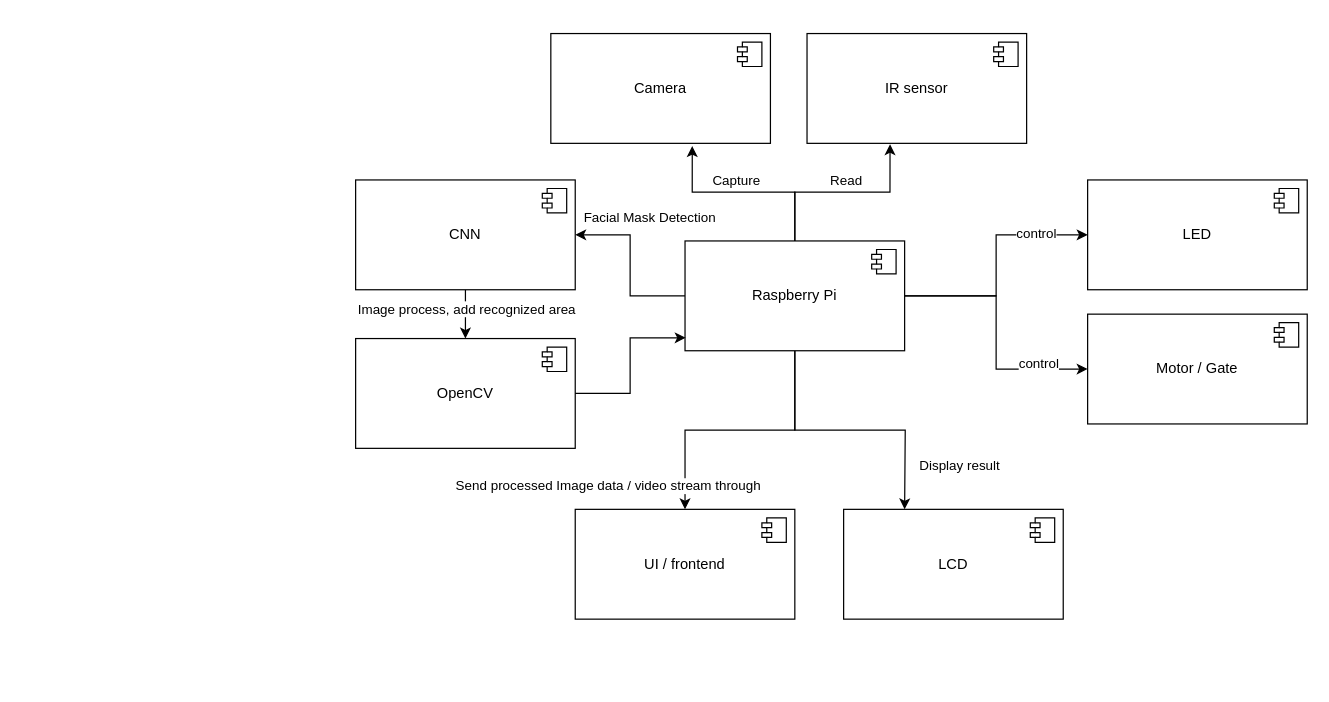
Earlier version of the draw.io diagram page "component diagram" (3 of 4) of ProjectDiagram.drawio (ArcueidShiki/SmartEntrySystem). Source tidied: cells renumbered, new cells numbered last; positions are measured from the earlier drawing's top-left corner, leaving out a move shared by most shapes. Both pictures are drawn from the tidied source at 122%, with x=0, y=0 at pixel (355, 33).
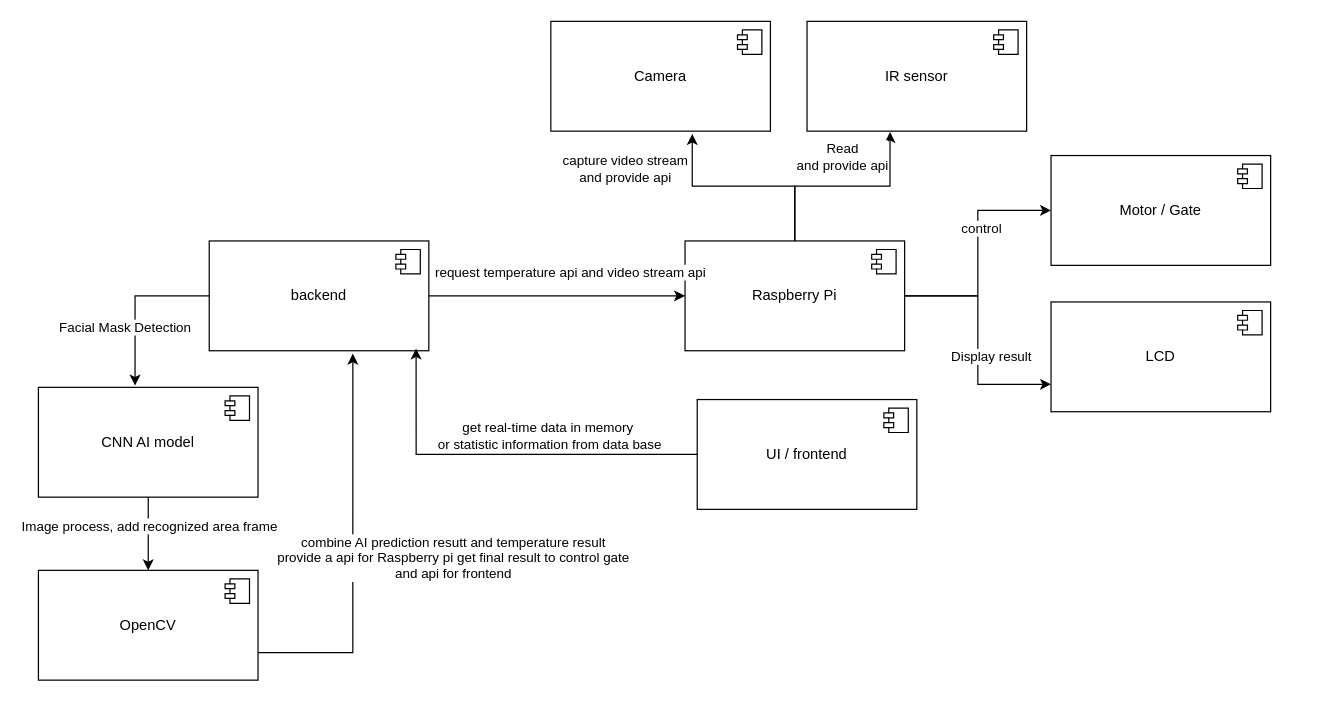
The same page after the edit.

The change refers to these unchanged cells:
```xml
<mxCell id="8" style="edgeStyle=orthogonalEdgeStyle;rounded=0;jettySize=auto;html=1;entryX=0;entryY=0.5;entryDx=0;entryDy=0;" parent="1" edge="1" source="12" target="22">
  <mxGeometry relative="1" as="geometry" />
</mxCell>
<mxCell id="12" value="Raspberry Pi" style="html=1;whiteSpace=wrap;" parent="1" vertex="1">
  <mxGeometry x="270" y="170" width="180" height="90" as="geometry" />
</mxCell>
<mxCell id="26" style="edgeStyle=orthogonalEdgeStyle;rounded=0;jettySize=auto;html=1;" parent="1" edge="1" source="28" target="24">
  <mxGeometry relative="1" as="geometry" />
</mxCell>
<mxCell id="30" style="edgeStyle=orthogonalEdgeStyle;rounded=0;jettySize=auto;html=1;entryX=0.644;entryY=1.025;entryDx=0;entryDy=0;entryPerimeter=0;" parent="1" edge="1" source="12" target="14">
  <mxGeometry relative="1" as="geometry" />
</mxCell>
<mxCell id="32" style="edgeStyle=orthogonalEdgeStyle;rounded=0;jettySize=auto;html=1;entryX=0.378;entryY=1.008;entryDx=0;entryDy=0;entryPerimeter=0;" parent="1" edge="1" source="12" target="18">
  <mxGeometry relative="1" as="geometry" />
</mxCell>
```

Diff of the diagram source:
```diff
@@
-    <mxCell id="2" style="edgeStyle=orthogonalEdgeStyle;rounded=0;jettySize=auto;html=1;entryX=1;entryY=0.5;entryDx=0;entryDy=0;" parent="1" edge="1" source="12" target="28">
+    <mxCell id="2" style="edgeStyle=orthogonalEdgeStyle;rounded=0;jettySize=auto;html=1;entryX=0.44;entryY=-0.016;entryDx=0;entryDy=0;exitX=0;exitY=0.5;exitDx=0;exitDy=0;entryPerimeter=0;" parent="1" edge="1" source="40" target="28">
       <mxGeometry relative="1" as="geometry" />
     </mxCell>
     <mxCell id="3" value="Facial Mask Detection" style="edgeLabel;html=1;align=center;verticalAlign=middle;" parent="2" vertex="1">
       <mxGeometry x="0.54" y="2" relative="1" as="geometry">
-        <mxPoint x="28" y="-17" as="offset" />
+        <mxPoint x="-11" y="-17" as="offset" />
       </mxGeometry>
     </mxCell>
-    <mxCell id="4" style="edgeStyle=orthogonalEdgeStyle;rounded=0;jettySize=auto;html=1;entryX=0.5;entryY=0;entryDx=0;entryDy=0;" parent="1" edge="1" source="12" target="20">
-      <mxGeometry relative="1" as="geometry" />
-    </mxCell>
-    <mxCell id="5" value="Send processed Image data / video stream through" style="edgeLabel;html=1;align=center;verticalAlign=middle;" parent="4" vertex="1">
-      <mxGeometry x="-0.18" y="-4" relative="1" as="geometry">
-        <mxPoint x="-129" y="49" as="offset" />
-      </mxGeometry>
-    </mxCell>
-    <mxCell id="6" style="edgeStyle=orthogonalEdgeStyle;rounded=0;jettySize=auto;html=1;entryX=0;entryY=0.5;entryDx=0;entryDy=0;" parent="1" edge="1" source="12" target="16">
-      <mxGeometry relative="1" as="geometry" />
-    </mxCell>
-    <mxCell id="7" value="control" style="edgeLabel;html=1;align=center;verticalAlign=middle;" parent="6" vertex="1">
-      <mxGeometry x="0.57" y="2" relative="1" as="geometry" />
-    </mxCell>
@@
     <mxCell id="9" value="control" style="edgeLabel;html=1;align=center;verticalAlign=middle;" parent="8" vertex="1">
       <mxGeometry x="0.52" y="3" relative="1" as="geometry">
-        <mxPoint x="9" y="-2" as="offset" />
+        <mxPoint x="-12" y="17" as="offset" />
       </mxGeometry>
     </mxCell>
-    <mxCell id="10" style="edgeStyle=orthogonalEdgeStyle;rounded=0;jettySize=auto;html=1;" parent="1" edge="1" source="12">
-      <mxGeometry relative="1" as="geometry">
-        <mxPoint x="450" y="390" as="targetPoint" />
-      </mxGeometry>
+    <mxCell id="10" style="edgeStyle=orthogonalEdgeStyle;rounded=0;jettySize=auto;html=1;entryX=0;entryY=0.75;entryDx=0;entryDy=0;" parent="1" edge="1" source="12" target="35">
+      <mxGeometry relative="1" as="geometry" />
     </mxCell>
     <mxCell id="11" value="Display result" style="edgeLabel;html=1;align=center;verticalAlign=middle;" parent="10" vertex="1">
       <mxGeometry x="0.67" y="4" relative="1" as="geometry">
-        <mxPoint x="40" as="offset" />
+        <mxPoint x="-18" y="-19" as="offset" />
       </mxGeometry>
     </mxCell>
@@
     <mxCell id="14" value="Camera" style="html=1;whiteSpace=wrap;" parent="1" vertex="1">
-      <mxGeometry x="160" width="180" height="90" as="geometry" />
+      <mxGeometry x="160" y="-10" width="180" height="90" as="geometry" />
     </mxCell>
@@
-    <mxCell id="16" value="LED" style="html=1;whiteSpace=wrap;" parent="1" vertex="1">
-      <mxGeometry x="600" y="120" width="180" height="90" as="geometry" />
-    </mxCell>
-    <mxCell id="17" style="shape=module;jettyWidth=8;jettyHeight=4;" parent="16" vertex="1">
-      <mxGeometry x="1" width="20" height="20" relative="1" as="geometry">
-        <mxPoint x="-27" y="7" as="offset" />
-      </mxGeometry>
-    </mxCell>
     <mxCell id="18" value="IR sensor" style="html=1;whiteSpace=wrap;" parent="1" vertex="1">
-      <mxGeometry x="370" width="180" height="90" as="geometry" />
+      <mxGeometry x="370" y="-10" width="180" height="90" as="geometry" />
     </mxCell>
@@
     <mxCell id="20" value="UI / frontend" style="html=1;whiteSpace=wrap;" parent="1" vertex="1">
-      <mxGeometry x="180" y="390" width="180" height="90" as="geometry" />
+      <mxGeometry x="280" y="300" width="180" height="90" as="geometry" />
     </mxCell>
@@
     <mxCell id="22" value="Motor / Gate" style="html=1;whiteSpace=wrap;" parent="1" vertex="1">
-      <mxGeometry x="600" y="230" width="180" height="90" as="geometry" />
+      <mxGeometry x="570" y="100" width="180" height="90" as="geometry" />
     </mxCell>
@@
     <mxCell id="24" value="OpenCV" style="html=1;whiteSpace=wrap;" parent="1" vertex="1">
-      <mxGeometry y="250" width="180" height="90" as="geometry" />
+      <mxGeometry x="-260" y="440" width="180" height="90" as="geometry" />
     </mxCell>
@@
-    <mxCell id="27" value="Image process, add recognized area" style="edgeLabel;html=1;align=center;verticalAlign=middle;" parent="26" vertex="1">
+    <mxCell id="27" value="Image process, add recognized area frame" style="edgeLabel;html=1;align=center;verticalAlign=middle;" parent="26" vertex="1">
       <mxGeometry x="-0.23" relative="1" as="geometry" />
     </mxCell>
-    <mxCell id="28" value="CNN" style="html=1;whiteSpace=wrap;" parent="1" vertex="1">
-      <mxGeometry y="120" width="180" height="90" as="geometry" />
+    <mxCell id="28" value="CNN AI model" style="html=1;whiteSpace=wrap;" parent="1" vertex="1">
+      <mxGeometry x="-260" y="290" width="180" height="90" as="geometry" />
     </mxCell>
@@
-    <mxCell id="31" value="Capture" style="edgeLabel;html=1;align=center;verticalAlign=middle;" parent="30" vertex="1">
+    <mxCell id="31" value="capture video stream&lt;br&gt;and provide api" style="edgeLabel;html=1;align=center;verticalAlign=middle;" parent="30" vertex="1">
       <mxGeometry x="0.29" relative="1" as="geometry">
-        <mxPoint x="15" y="-10" as="offset" />
+        <mxPoint x="-74" y="-15" as="offset" />
       </mxGeometry>
     </mxCell>
@@
-    <mxCell id="33" value="Read" style="edgeLabel;html=1;align=center;verticalAlign=middle;" parent="32" vertex="1">
+    <mxCell id="33" value="Read&lt;div&gt;and provide api&lt;/div&gt;" style="edgeLabel;html=1;align=center;verticalAlign=middle;" parent="32" vertex="1">
       <mxGeometry x="0.03" y="1" relative="1" as="geometry">
-        <mxPoint y="-9" as="offset" />
+        <mxPoint x="-3" y="-24" as="offset" />
       </mxGeometry>
     </mxCell>
-    <mxCell id="34" style="edgeStyle=orthogonalEdgeStyle;rounded=0;jettySize=auto;html=1;entryX=0.003;entryY=0.882;entryDx=0;entryDy=0;entryPerimeter=0;" parent="1" edge="1" source="24" target="12">
+    <mxCell id="34" style="edgeStyle=orthogonalEdgeStyle;rounded=0;jettySize=auto;html=1;entryX=0.654;entryY=1.026;entryDx=0;entryDy=0;entryPerimeter=0;exitX=1;exitY=0.75;exitDx=0;exitDy=0;" parent="1" edge="1" source="24" target="40">
       <mxGeometry relative="1" as="geometry" />
     </mxCell>
+    <mxCell id="37" value="combine AI prediction resutt and temperature result&lt;div&gt;provide a api for Raspberry pi get final result to control gate&lt;/div&gt;&lt;div&gt;and api for frontend&lt;/div&gt;" style="edgeLabel;html=1;align=center;verticalAlign=middle;" parent="34" vertex="1">
+      <mxGeometry x="0.23" y="1" relative="1" as="geometry">
+        <mxPoint x="83" y="43" as="offset" />
+      </mxGeometry>
+    </mxCell>
     <mxCell id="35" value="LCD" style="html=1;whiteSpace=wrap;" parent="1" vertex="1">
-      <mxGeometry x="400" y="390" width="180" height="90" as="geometry" />
+      <mxGeometry x="570" y="220" width="180" height="90" as="geometry" />
     </mxCell>
@@
+    <mxCell id="38" style="edgeStyle=orthogonalEdgeStyle;rounded=0;jettySize=auto;html=1;" parent="1" edge="1" source="40" target="12">
+      <mxGeometry relative="1" as="geometry" />
+    </mxCell>
+    <mxCell id="39" value="request temperature api and video stream api" style="edgeLabel;html=1;align=center;verticalAlign=middle;" parent="38" vertex="1">
+      <mxGeometry x="-0.67" y="-2" relative="1" as="geometry">
+        <mxPoint x="80" y="-22" as="offset" />
+      </mxGeometry>
+    </mxCell>
+    <mxCell id="40" value="backend" style="html=1;whiteSpace=wrap;" parent="1" vertex="1">
+      <mxGeometry x="-120" y="170" width="180" height="90" as="geometry" />
+    </mxCell>
+    <mxCell id="41" style="shape=module;jettyWidth=8;jettyHeight=4;" parent="40" vertex="1">
+      <mxGeometry x="1" width="20" height="20" relative="1" as="geometry">
+        <mxPoint x="-27" y="7" as="offset" />
+      </mxGeometry>
+    </mxCell>
+    <mxCell id="42" value="&lt;div style=&quot;forced-color-adjust: none; color: rgb(0, 0, 0); font-family: Helvetica; font-size: 11px; font-style: normal; font-variant-ligatures: normal; font-variant-caps: normal; font-weight: 400; letter-spacing: normal; orphans: 2; text-align: center; text-indent: 0px; text-transform: none; widows: 2; word-spacing: 0px; -webkit-text-stroke-width: 0px; white-space: nowrap; text-decoration-thickness: initial; text-decoration-style: initial; text-decoration-color: initial;&quot;&gt;get real-time data in memory&amp;nbsp;&lt;/div&gt;&lt;div style=&quot;forced-color-adjust: none; color: rgb(0, 0, 0); font-family: Helvetica; font-size: 11px; font-style: normal; font-variant-ligatures: normal; font-variant-caps: normal; font-weight: 400; letter-spacing: normal; orphans: 2; text-align: center; text-indent: 0px; text-transform: none; widows: 2; word-spacing: 0px; -webkit-text-stroke-width: 0px; white-space: nowrap; text-decoration-thickness: initial; text-decoration-style: initial; text-decoration-color: initial;&quot;&gt;or statistic information from data base&lt;/div&gt;" style="edgeStyle=orthogonalEdgeStyle;rounded=0;jettySize=auto;html=1;entryX=0.942;entryY=0.98;entryDx=0;entryDy=0;entryPerimeter=0;" parent="1" edge="1" source="20" target="40">
+      <mxGeometry x="-0.24" y="-15" relative="1" as="geometry" />
+    </mxCell>
```
